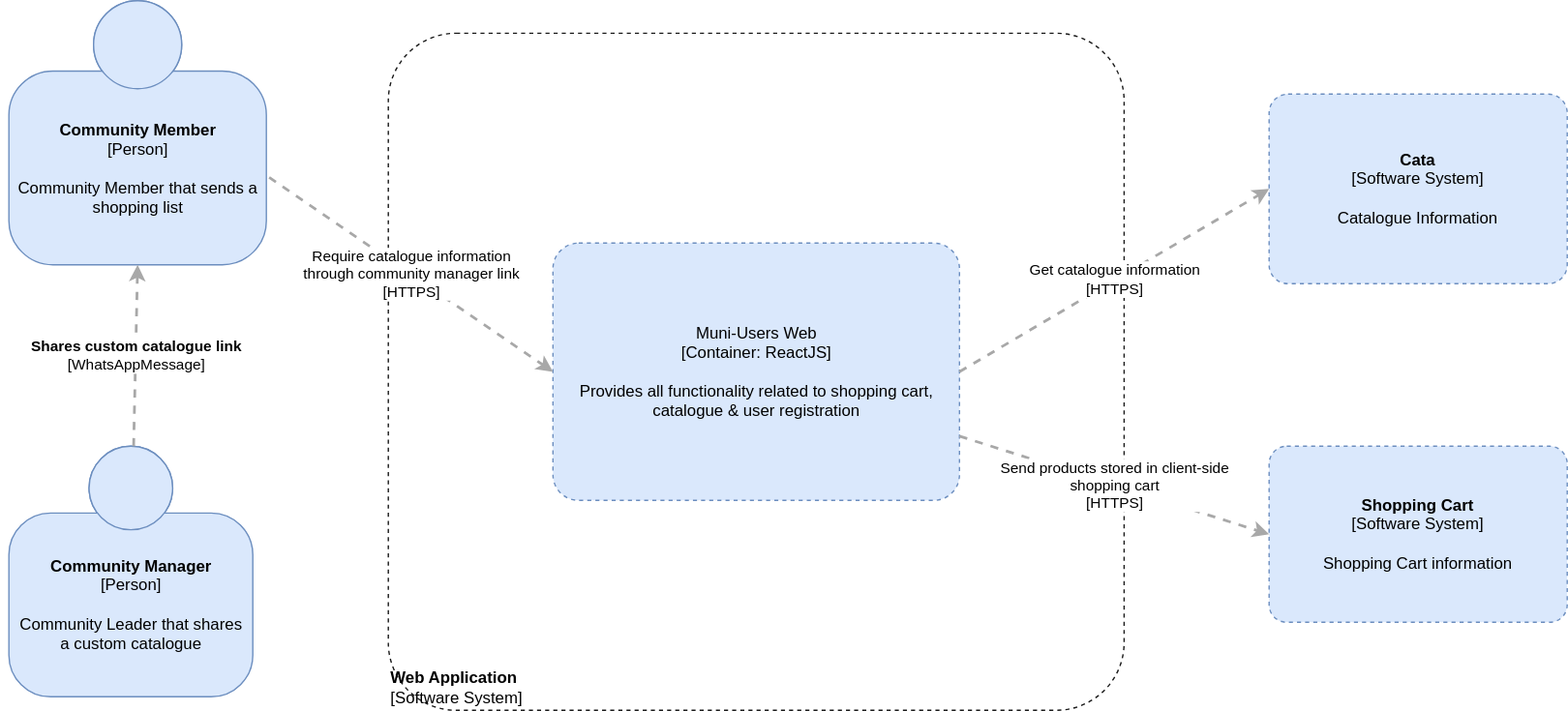
The draw.io diagram adr/architecture.svg in Stvanaya/cataTest, before a commit. Source tidied: cells renumbered, new cells last; positions are measured from the earlier drawing's top-left corner, leaving out a move shared by most shapes. The source it was exported from:
```xml
<mxGraphModel>
  <root>
    <mxCell id="0" />
    <mxCell id="1" parent="0" />
    <mxCell id="2" value="&lt;div&gt;&lt;b&gt;Community Member&lt;/b&gt;&lt;br&gt;&lt;/div&gt;&lt;div&gt;[Person]&lt;/div&gt;&lt;br&gt;&lt;div&gt;Community Member that sends a &lt;br&gt;&lt;/div&gt;&lt;div&gt;shopping list&lt;br&gt;&lt;/div&gt;" style="html=1;dashed=0;whitespace=wrap;fillColor=#DAE8FC;strokeColor=#6C8EBF;shape=mxgraph.c4.person;align=center;points=[[0.5,0,0],[1,0.5,0],[1,0.75,0],[0.75,1,0],[0.5,1,0],[0.25,1,0],[0,0.75,0],[0,0.5,0]];" parent="1" vertex="1">
      <mxGeometry width="190" height="195" as="geometry" />
    </mxCell>
    <mxCell id="3" value="&lt;b&gt;Web Application&lt;br&gt;&lt;/b&gt;&lt;div&gt;[Software System]&lt;/div&gt;" style="rounded=1;whiteSpace=wrap;html=1;labelBackgroundColor=none;fillColor=none;fontColor=#000000;align=left;arcSize=10;strokeColor=#1A1A1A;dashed=1;verticalAlign=bottom;" parent="1" vertex="1">
      <mxGeometry x="280" y="24" width="543" height="499.9" as="geometry" />
    </mxCell>
    <mxCell id="4" value="&lt;b&gt;Cata&lt;/b&gt;&lt;div&gt;[Software System]&lt;/div&gt;&lt;br&gt;&lt;div&gt;Catalogue Information&lt;br&gt;&lt;/div&gt;" style="rounded=1;whiteSpace=wrap;html=1;labelBackgroundColor=none;fillColor=#dae8fc;fontColor=#000000;align=center;arcSize=10;strokeColor=#6c8ebf;points=[[0.25,0,0],[0.5,0,0],[0.75,0,0],[1,0.25,0],[1,0.5,0],[1,0.75,0],[0.75,1,0],[0.5,1,0],[0.25,1,0],[0,0.75,0],[0,0.5,0],[0,0.25,0]];dashed=1;" parent="1" vertex="1">
      <mxGeometry x="930" y="69" width="220" height="140" as="geometry" />
    </mxCell>
    <mxCell id="5" value="&lt;div&gt;Muni-Users Web&lt;br&gt;&lt;/div&gt;&lt;div&gt;[Container: ReactJS&lt;span&gt;]&lt;/span&gt;&lt;/div&gt;&lt;br&gt;&lt;div&gt;Provides all functionality related to shopping cart, catalogue &amp;amp; user registration&lt;br&gt;&lt;/div&gt;" style="rounded=1;whiteSpace=wrap;html=1;labelBackgroundColor=none;fillColor=#dae8fc;fontColor=#000000;align=center;arcSize=10;strokeColor=#6c8ebf;points=[[0.25,0,0],[0.5,0,0],[0.75,0,0],[1,0.25,0],[1,0.5,0],[1,0.75,0],[0.75,1,0],[0.5,1,0],[0.25,1,0],[0,0.75,0],[0,0.5,0],[0,0.25,0]];dashed=1;" parent="1" vertex="1">
      <mxGeometry x="401.5" y="179" width="300" height="190" as="geometry" />
    </mxCell>
    <mxCell id="6" value="&lt;b&gt;Shopping Cart&lt;br&gt;&lt;/b&gt;&lt;div&gt;[Software System]&lt;/div&gt;&lt;br&gt;&lt;div&gt;Shopping Cart information&lt;/div&gt;" style="rounded=1;whiteSpace=wrap;html=1;labelBackgroundColor=none;fillColor=#dae8fc;fontColor=#000000;align=center;arcSize=10;strokeColor=#6c8ebf;points=[[0.25,0,0],[0.5,0,0],[0.75,0,0],[1,0.25,0],[1,0.5,0],[1,0.75,0],[0.75,1,0],[0.5,1,0],[0.25,1,0],[0,0.75,0],[0,0.5,0],[0,0.25,0]];dashed=1;" parent="1" vertex="1">
      <mxGeometry x="930" y="329" width="220" height="130" as="geometry" />
    </mxCell>
    <mxCell id="7" value="&lt;div style=&quot;text-align: left&quot;&gt;&lt;div style=&quot;text-align: center&quot;&gt;Require catalogue information &lt;br&gt;&lt;/div&gt;&lt;div style=&quot;text-align: center&quot;&gt;through community manager link&lt;b&gt;&lt;br&gt;&lt;/b&gt;&lt;/div&gt;&lt;div style=&quot;text-align: center&quot;&gt;[HTTPS]&lt;/div&gt;&lt;/div&gt;" style="edgeStyle=none;rounded=0;html=1;entryX=0;entryY=0.5;jettySize=auto;strokeColor=#A8A8A8;strokeWidth=2;fontColor=#000000;jumpStyle=none;dashed=1;exitX=1.011;exitY=0.669;exitDx=0;exitDy=0;exitPerimeter=0;entryDx=0;entryDy=0;entryPerimeter=0;" parent="1" edge="1" source="2" target="5">
      <mxGeometry relative="1" as="geometry" />
    </mxCell>
    <mxCell id="8" value="&lt;div style=&quot;text-align: left&quot;&gt;&lt;div style=&quot;text-align: center&quot;&gt;Get catalogue information&lt;b&gt;&lt;br&gt;&lt;/b&gt;&lt;/div&gt;&lt;div style=&quot;text-align: center&quot;&gt;[HTTPS]&lt;/div&gt;&lt;/div&gt;" style="edgeStyle=none;rounded=0;html=1;entryX=0;entryY=0.5;jettySize=auto;strokeColor=#A8A8A8;strokeWidth=2;fontColor=#000000;jumpStyle=none;dashed=1;exitX=1;exitY=0.5;exitDx=0;exitDy=0;exitPerimeter=0;entryDx=0;entryDy=0;entryPerimeter=0;" parent="1" edge="1" source="5" target="4">
      <mxGeometry relative="1" as="geometry" />
    </mxCell>
    <mxCell id="9" value="&lt;div style=&quot;text-align: left&quot;&gt;&lt;div style=&quot;text-align: center&quot;&gt;Send products stored in client-side &lt;br&gt;&lt;/div&gt;&lt;div style=&quot;text-align: center&quot;&gt;shopping cart&lt;br&gt;&lt;/div&gt;&lt;div style=&quot;text-align: center&quot;&gt;[HTTPS]&lt;/div&gt;&lt;/div&gt;" style="edgeStyle=none;rounded=0;html=1;entryX=0;entryY=0.5;jettySize=auto;strokeColor=#A8A8A8;strokeWidth=2;fontColor=#000000;jumpStyle=none;dashed=1;entryDx=0;entryDy=0;entryPerimeter=0;" parent="1" edge="1" source="5" target="6">
      <mxGeometry relative="1" as="geometry" />
    </mxCell>
    <mxCell id="10" value="&lt;b&gt;Community Manager&lt;br&gt;&lt;/b&gt;&lt;div&gt;[Person]&lt;/div&gt;&lt;br&gt;&lt;div&gt;Community Leader that shares&lt;/div&gt;&lt;div&gt;a custom catalogue&lt;br&gt;&lt;/div&gt;" style="html=1;dashed=0;whitespace=wrap;fillColor=#DAE8FC;strokeColor=#6C8EBF;shape=mxgraph.c4.person;align=center;points=[[0.5,0,0],[1,0.5,0],[1,0.75,0],[0.75,1,0],[0.5,1,0],[0.25,1,0],[0,0.75,0],[0,0.5,0]];" parent="1" vertex="1">
      <mxGeometry y="329" width="180" height="185" as="geometry" />
    </mxCell>
    <mxCell id="11" value="&lt;div style=&quot;text-align: left&quot;&gt;&lt;div style=&quot;text-align: center&quot;&gt;&lt;b&gt;Shares custom catalogue link&lt;br&gt;&lt;/b&gt;&lt;/div&gt;&lt;div style=&quot;text-align: center&quot;&gt;[WhatsAppMessage]&lt;/div&gt;&lt;/div&gt;" style="edgeStyle=none;rounded=0;html=1;entryX=0.5;entryY=1;jettySize=auto;strokeColor=#A8A8A8;strokeWidth=2;fontColor=#000000;jumpStyle=none;dashed=1;entryDx=0;entryDy=0;entryPerimeter=0;" parent="1" edge="1" source="10" target="2">
      <mxGeometry relative="1" as="geometry" />
    </mxCell>
  </root>
</mxGraphModel>
```
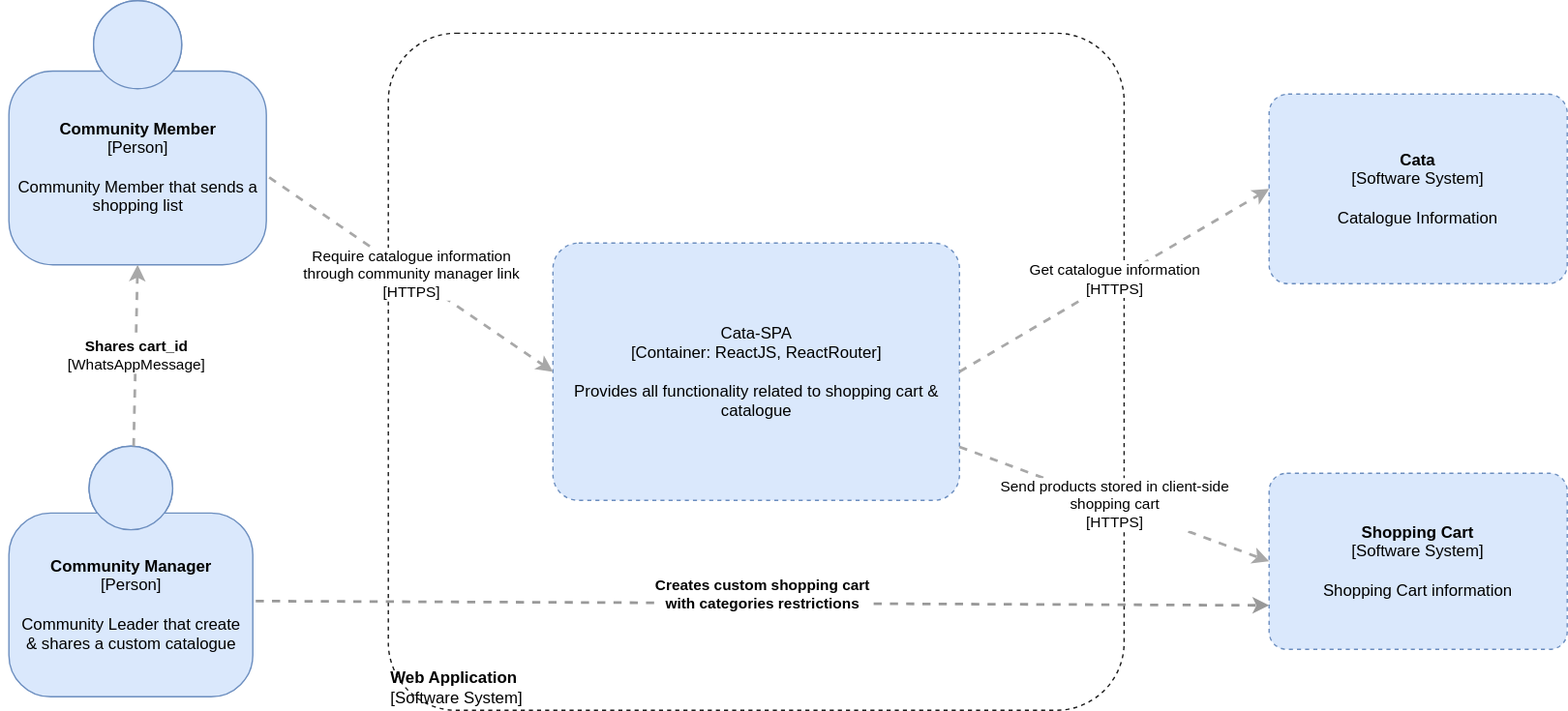
After the change.

Commit message:
Changes in C4 Model level 2

Change to the diagram source:
```diff
@@ -11,11 +11,11 @@
     <mxCell id="4" value="&lt;b&gt;Cata&lt;/b&gt;&lt;div&gt;[Software System]&lt;/div&gt;&lt;br&gt;&lt;div&gt;Catalogue Information&lt;br&gt;&lt;/div&gt;" style="rounded=1;whiteSpace=wrap;html=1;labelBackgroundColor=none;fillColor=#dae8fc;fontColor=#000000;align=center;arcSize=10;strokeColor=#6c8ebf;points=[[0.25,0,0],[0.5,0,0],[0.75,0,0],[1,0.25,0],[1,0.5,0],[1,0.75,0],[0.75,1,0],[0.5,1,0],[0.25,1,0],[0,0.75,0],[0,0.5,0],[0,0.25,0]];dashed=1;" parent="1" vertex="1">
       <mxGeometry x="930" y="69" width="220" height="140" as="geometry" />
     </mxCell>
-    <mxCell id="5" value="&lt;div&gt;Muni-Users Web&lt;br&gt;&lt;/div&gt;&lt;div&gt;[Container: ReactJS&lt;span&gt;]&lt;/span&gt;&lt;/div&gt;&lt;br&gt;&lt;div&gt;Provides all functionality related to shopping cart, catalogue &amp;amp; user registration&lt;br&gt;&lt;/div&gt;" style="rounded=1;whiteSpace=wrap;html=1;labelBackgroundColor=none;fillColor=#dae8fc;fontColor=#000000;align=center;arcSize=10;strokeColor=#6c8ebf;points=[[0.25,0,0],[0.5,0,0],[0.75,0,0],[1,0.25,0],[1,0.5,0],[1,0.75,0],[0.75,1,0],[0.5,1,0],[0.25,1,0],[0,0.75,0],[0,0.5,0],[0,0.25,0]];dashed=1;" parent="1" vertex="1">
+    <mxCell id="5" value="&lt;div&gt;Cata-SPA&lt;br&gt;&lt;/div&gt;&lt;div&gt;[Container: ReactJS&lt;span&gt;, ReactRouter]&lt;/span&gt;&lt;/div&gt;&lt;br&gt;&lt;div&gt;Provides all functionality related to shopping cart &amp;amp; catalogue &lt;br&gt;&lt;/div&gt;" style="rounded=1;whiteSpace=wrap;html=1;labelBackgroundColor=none;fillColor=#dae8fc;fontColor=#000000;align=center;arcSize=10;strokeColor=#6c8ebf;points=[[0.25,0,0],[0.5,0,0],[0.75,0,0],[1,0.25,0],[1,0.5,0],[1,0.75,0],[0.75,1,0],[0.5,1,0],[0.25,1,0],[0,0.75,0],[0,0.5,0],[0,0.25,0]];dashed=1;" parent="1" vertex="1">
       <mxGeometry x="401.5" y="179" width="300" height="190" as="geometry" />
     </mxCell>
     <mxCell id="6" value="&lt;b&gt;Shopping Cart&lt;br&gt;&lt;/b&gt;&lt;div&gt;[Software System]&lt;/div&gt;&lt;br&gt;&lt;div&gt;Shopping Cart information&lt;/div&gt;" style="rounded=1;whiteSpace=wrap;html=1;labelBackgroundColor=none;fillColor=#dae8fc;fontColor=#000000;align=center;arcSize=10;strokeColor=#6c8ebf;points=[[0.25,0,0],[0.5,0,0],[0.75,0,0],[1,0.25,0],[1,0.5,0],[1,0.75,0],[0.75,1,0],[0.5,1,0],[0.25,1,0],[0,0.75,0],[0,0.5,0],[0,0.25,0]];dashed=1;" parent="1" vertex="1">
-      <mxGeometry x="930" y="329" width="220" height="130" as="geometry" />
+      <mxGeometry x="930" y="349" width="220" height="130" as="geometry" />
     </mxCell>
     <mxCell id="7" value="&lt;div style=&quot;text-align: left&quot;&gt;&lt;div style=&quot;text-align: center&quot;&gt;Require catalogue information &lt;br&gt;&lt;/div&gt;&lt;div style=&quot;text-align: center&quot;&gt;through community manager link&lt;b&gt;&lt;br&gt;&lt;/b&gt;&lt;/div&gt;&lt;div style=&quot;text-align: center&quot;&gt;[HTTPS]&lt;/div&gt;&lt;/div&gt;" style="edgeStyle=none;rounded=0;html=1;entryX=0;entryY=0.5;jettySize=auto;strokeColor=#A8A8A8;strokeWidth=2;fontColor=#000000;jumpStyle=none;dashed=1;exitX=1.011;exitY=0.669;exitDx=0;exitDy=0;exitPerimeter=0;entryDx=0;entryDy=0;entryPerimeter=0;" parent="1" edge="1" source="2" target="5">
       <mxGeometry relative="1" as="geometry" />
@@ -26,11 +26,14 @@
     <mxCell id="9" value="&lt;div style=&quot;text-align: left&quot;&gt;&lt;div style=&quot;text-align: center&quot;&gt;Send products stored in client-side &lt;br&gt;&lt;/div&gt;&lt;div style=&quot;text-align: center&quot;&gt;shopping cart&lt;br&gt;&lt;/div&gt;&lt;div style=&quot;text-align: center&quot;&gt;[HTTPS]&lt;/div&gt;&lt;/div&gt;" style="edgeStyle=none;rounded=0;html=1;entryX=0;entryY=0.5;jettySize=auto;strokeColor=#A8A8A8;strokeWidth=2;fontColor=#000000;jumpStyle=none;dashed=1;entryDx=0;entryDy=0;entryPerimeter=0;" parent="1" edge="1" source="5" target="6">
       <mxGeometry relative="1" as="geometry" />
     </mxCell>
-    <mxCell id="10" value="&lt;b&gt;Community Manager&lt;br&gt;&lt;/b&gt;&lt;div&gt;[Person]&lt;/div&gt;&lt;br&gt;&lt;div&gt;Community Leader that shares&lt;/div&gt;&lt;div&gt;a custom catalogue&lt;br&gt;&lt;/div&gt;" style="html=1;dashed=0;whitespace=wrap;fillColor=#DAE8FC;strokeColor=#6C8EBF;shape=mxgraph.c4.person;align=center;points=[[0.5,0,0],[1,0.5,0],[1,0.75,0],[0.75,1,0],[0.5,1,0],[0.25,1,0],[0,0.75,0],[0,0.5,0]];" parent="1" vertex="1">
+    <mxCell id="10" value="&lt;b&gt;Community Manager&lt;br&gt;&lt;/b&gt;&lt;div&gt;[Person]&lt;/div&gt;&lt;br&gt;&lt;div&gt;Community Leader that create&lt;/div&gt;&lt;div&gt;&amp;amp; shares a custom catalogue&lt;br&gt;&lt;/div&gt;" style="html=1;dashed=0;whitespace=wrap;fillColor=#DAE8FC;strokeColor=#6C8EBF;shape=mxgraph.c4.person;align=center;points=[[0.5,0,0],[1,0.5,0],[1,0.75,0],[0.75,1,0],[0.5,1,0],[0.25,1,0],[0,0.75,0],[0,0.5,0]];" parent="1" vertex="1">
       <mxGeometry y="329" width="180" height="185" as="geometry" />
     </mxCell>
-    <mxCell id="11" value="&lt;div style=&quot;text-align: left&quot;&gt;&lt;div style=&quot;text-align: center&quot;&gt;&lt;b&gt;Shares custom catalogue link&lt;br&gt;&lt;/b&gt;&lt;/div&gt;&lt;div style=&quot;text-align: center&quot;&gt;[WhatsAppMessage]&lt;/div&gt;&lt;/div&gt;" style="edgeStyle=none;rounded=0;html=1;entryX=0.5;entryY=1;jettySize=auto;strokeColor=#A8A8A8;strokeWidth=2;fontColor=#000000;jumpStyle=none;dashed=1;entryDx=0;entryDy=0;entryPerimeter=0;" parent="1" edge="1" source="10" target="2">
+    <mxCell id="11" value="&lt;div style=&quot;text-align: left&quot;&gt;&lt;div style=&quot;text-align: center&quot;&gt;&lt;b&gt;Shares cart_id&lt;br&gt;&lt;/b&gt;&lt;/div&gt;&lt;div style=&quot;text-align: center&quot;&gt;[WhatsAppMessage]&lt;/div&gt;&lt;/div&gt;" style="edgeStyle=none;rounded=0;html=1;entryX=0.5;entryY=1;jettySize=auto;strokeColor=#A8A8A8;strokeWidth=2;fontColor=#000000;jumpStyle=none;dashed=1;entryDx=0;entryDy=0;entryPerimeter=0;" parent="1" edge="1" source="10" target="2">
       <mxGeometry relative="1" as="geometry" />
     </mxCell>
+    <mxCell id="12" value="&lt;div style=&quot;text-align: left&quot;&gt;&lt;div style=&quot;text-align: center&quot;&gt;&lt;font color=&quot;#030303&quot;&gt;&lt;b&gt;Creates custom shopping cart&lt;br&gt;&lt;/b&gt;&lt;/font&gt;&lt;/div&gt;&lt;div style=&quot;text-align: center&quot;&gt;&lt;font color=&quot;#030303&quot;&gt;&lt;b&gt;with categories restrictions&lt;br&gt;&lt;/b&gt;&lt;/font&gt;&lt;/div&gt;&lt;div style=&quot;text-align: center&quot;&gt;&lt;font color=&quot;#030303&quot;&gt;&lt;br&gt;&lt;/font&gt;&lt;/div&gt;&lt;/div&gt;" style="edgeStyle=none;rounded=0;html=1;entryX=0;entryY=0.75;jettySize=auto;strokeColor=#999999;strokeWidth=2;fontColor=#707070;jumpStyle=none;dashed=1;exitX=1.012;exitY=0.618;exitDx=0;exitDy=0;exitPerimeter=0;entryDx=0;entryDy=0;entryPerimeter=0;" parent="1" edge="1" source="10" target="6">
+      <mxGeometry relative="1" as="geometry" />
+    </mxCell>
   </root>
 </mxGraphModel>
```
